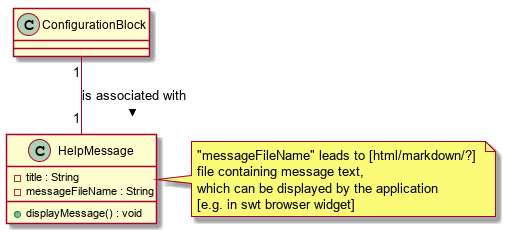
osl2/DAQ-Documents keeps this PlantUML diagram as 2-Entwurf/Diagramme/HelpClassDiagram.png. Above is the earlier version.
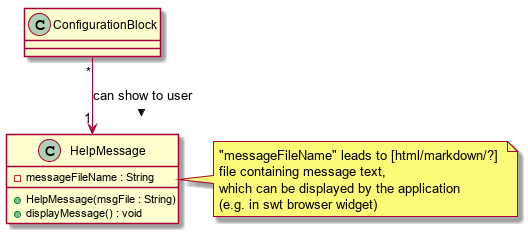
The same diagram one commit later.

Diff of the diagram source:
```diff
@@ -1,13 +1,13 @@
 @startuml
 
 class HelpMessage {
-	- title : String
 	- messageFileName : String
+	+ HelpMessage(msgFile : String)
 	+ displayMessage() : void
 }
 
-note right of HelpMessage : "messageFileName" leads to [html/markdown/?] \nfile containing message text, \nwhich can be displayed by the application \n[e.g. in swt browser widget]
+note right of HelpMessage : "messageFileName" leads to [html/markdown/?] \nfile containing message text, \nwhich can be displayed by the application \n(e.g. in swt browser widget)
 
-ConfigurationBlock "1" -- "1" HelpMessage : is associated with >
+ConfigurationBlock "*" --> "1" HelpMessage : can show to user >
 
 @enduml
```
